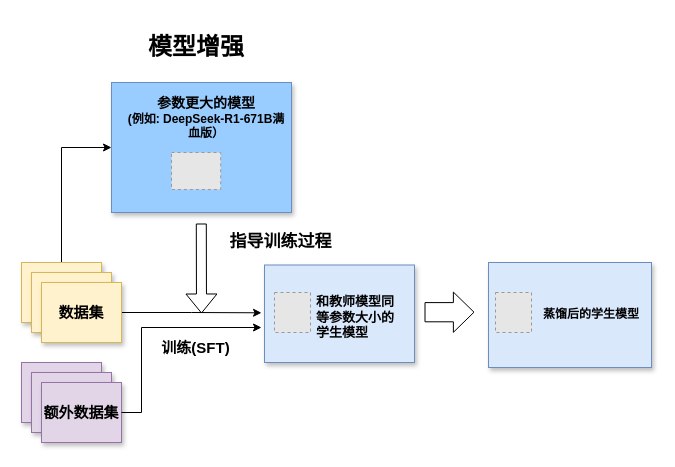
The draw.io diagram assets/模型压缩和模型增强.drawio in ShizhongP/dl-notes, before the edit. Source tidied: cells renumbered, new cells numbered last; positions are measured from the earlier drawing's top-left corner, leaving out a move shared by most shapes. Both pictures are drawn from the tidied source at 100%, with x=0, y=0 at pixel (21, 17). Pictures stored in the file or linked from it are replaced by grey dashed boxes.
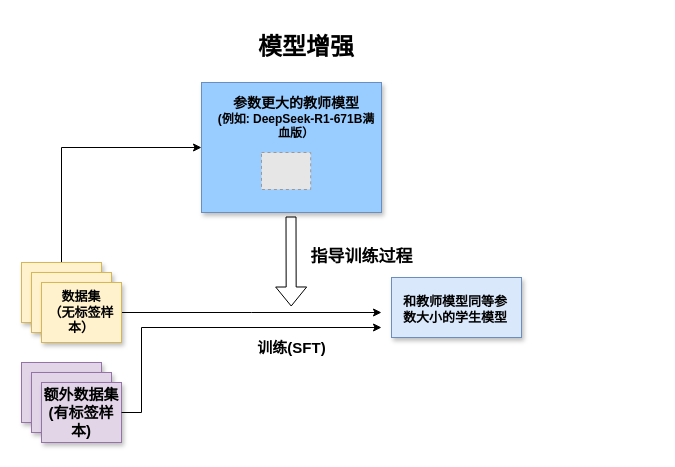
The same page after the edit.

Commit message:
更新模型压缩和模型增强.drawio

What changed in the source:
```diff
@@
-    <mxCell id="2" style="rounded=0;whiteSpace=wrap;html=1;fillColor=#99CCFF;strokeColor=#6c8ebf;shadow=1;" parent="1" vertex="1">
-      <mxGeometry x="90" y="65" width="180" height="130" as="geometry" />
-    </mxCell>
-    <mxCell id="3" value="&lt;div&gt;&lt;b&gt;&lt;span style=&quot;color: rgb(0, 0, 0);&quot;&gt;&lt;font style=&quot;font-size: 14px;&quot;&gt;参数更大的模型&lt;/font&gt;&lt;/span&gt;&lt;br&gt;&lt;/b&gt;&lt;/div&gt;&lt;div&gt;&lt;b&gt;(例如: DeepSeek-R1-671B满血版）&lt;/b&gt;&lt;/div&gt;" style="text;html=1;align=center;verticalAlign=middle;whiteSpace=wrap;rounded=0;shadow=1;" parent="1" vertex="1">
-      <mxGeometry x="105" y="80" width="160" height="40" as="geometry" />
-    </mxCell>
-    <mxCell id="4" style="fillColor=#E6E6E6;strokeColor=#999999;dashed=1;verticalLabelPosition=bottom;labelBackgroundColor=default;verticalAlign=top;" parent="1" vertex="1">
-      <mxGeometry x="150" y="135" width="49.2" height="37" as="geometry" />
-    </mxCell>
@@
     <mxCell id="8" style="edgeStyle=orthogonalEdgeStyle;rounded=0;jettySize=auto;html=1;exitX=1;exitY=0.5;exitDx=0;exitDy=0;" parent="1" edge="1" source="9">
       <mxGeometry relative="1" as="geometry">
-        <mxPoint x="240" y="295.3" as="targetPoint" />
+        <mxPoint x="360" y="295" as="targetPoint" />
       </mxGeometry>
     </mxCell>
-    <mxCell id="9" value="&lt;font style=&quot;font-size: 15px;&quot;&gt;&lt;b&gt;数据集&lt;/b&gt;&lt;/font&gt;" style="rounded=0;whiteSpace=wrap;html=1;fillColor=#fff2cc;strokeColor=#d6b656;shadow=1;" parent="1" vertex="1">
+    <mxCell id="9" value="&lt;div&gt;&lt;font style=&quot;font-size: 13px;&quot;&gt;&lt;b&gt;数据集&lt;/b&gt;&lt;/font&gt;&lt;/div&gt;&lt;div&gt;&lt;font style=&quot;font-size: 13px;&quot;&gt;&lt;b&gt;（无标签样本）&lt;/b&gt;&lt;/font&gt;&lt;/div&gt;" style="rounded=0;whiteSpace=wrap;html=1;fillColor=#fff2cc;strokeColor=#d6b656;shadow=1;" parent="1" vertex="1">
       <mxGeometry x="20" y="265" width="80" height="60" as="geometry" />
     </mxCell>
     <mxCell id="10" style="rounded=0;whiteSpace=wrap;html=1;fillColor=#dae8fc;strokeColor=#6c8ebf;shadow=1;" parent="1" vertex="1">
-      <mxGeometry x="243" y="247.5" width="150" height="97.5" as="geometry" />
+      <mxGeometry x="370" y="260" width="130" height="60" as="geometry" />
     </mxCell>
-    <mxCell id="11" style="fillColor=#E6E6E6;strokeColor=#999999;dashed=1;verticalLabelPosition=bottom;labelBackgroundColor=default;verticalAlign=top;" parent="1" vertex="1">
-      <mxGeometry x="253" y="275" width="36" height="40" as="geometry" />
-    </mxCell>
     <mxCell id="12" value="&lt;font style=&quot;font-size: 13px;&quot;&gt;&lt;b&gt;和教师模型同等参数大小的学生模型&lt;/b&gt;&lt;/font&gt;" style="text;whiteSpace=wrap;html=1;" parent="1" vertex="1">
-      <mxGeometry x="292.6" y="270" width="90.4" height="60" as="geometry" />
+      <mxGeometry x="380" y="270" width="110" height="60" as="geometry" />
     </mxCell>
     <mxCell id="13" value="&lt;font style=&quot;font-size: 24px;&quot;&gt;&lt;b&gt;模型增强&lt;/b&gt;&lt;/font&gt;" style="text;html=1;align=center;verticalAlign=middle;whiteSpace=wrap;rounded=0;" parent="1" vertex="1">
-      <mxGeometry x="69.6" width="210" height="60" as="geometry" />
+      <mxGeometry x="180" width="210" height="60" as="geometry" />
     </mxCell>
     <mxCell id="14" style="shape=flexArrow;endArrow=classic;html=1;rounded=0;" parent="1" edge="1">
       <mxGeometry relative="1" as="geometry">
-        <mxPoint x="179.8" y="206" as="sourcePoint" />
-        <mxPoint x="180" y="296" as="targetPoint" />
+        <mxPoint x="269.5" y="199" as="sourcePoint" />
+        <mxPoint x="269.7" y="289" as="targetPoint" />
       </mxGeometry>
     </mxCell>
     <mxCell id="15" value="&lt;b&gt;&lt;font style=&quot;font-size: 17px;&quot;&gt;指导训练过程&lt;/font&gt;&lt;/b&gt;" style="text;html=1;align=center;verticalAlign=middle;whiteSpace=wrap;rounded=0;" parent="1" vertex="1">
-      <mxGeometry x="199.2" y="210" width="120.8" height="30" as="geometry" />
+      <mxGeometry x="280" y="225" width="120.8" height="30" as="geometry" />
     </mxCell>
     <mxCell id="16" value="&lt;b&gt;&lt;font style=&quot;font-size: 15px;&quot;&gt;训练(SFT)&lt;/font&gt;&lt;/b&gt;" style="text;html=1;align=center;verticalAlign=middle;whiteSpace=wrap;rounded=0;" parent="1" vertex="1">
-      <mxGeometry x="127.1" y="315" width="95" height="30" as="geometry" />
+      <mxGeometry x="222.5" y="315" width="95" height="30" as="geometry" />
     </mxCell>
-    <mxCell id="17" style="rounded=0;whiteSpace=wrap;html=1;fillColor=#dae8fc;strokeColor=#6c8ebf;shadow=1;" parent="1" vertex="1">
-      <mxGeometry x="467" y="245" width="163" height="105" as="geometry" />
-    </mxCell>
-    <mxCell id="18" style="fillColor=#E6E6E6;strokeColor=#999999;dashed=1;verticalLabelPosition=bottom;labelBackgroundColor=default;verticalAlign=top;" parent="1" vertex="1">
-      <mxGeometry x="474" y="275" width="36" height="40" as="geometry" />
-    </mxCell>
-    <mxCell id="19" value="&lt;b&gt;蒸馏后的学生模型&lt;/b&gt;" style="text;whiteSpace=wrap;html=1;" parent="1" vertex="1">
-      <mxGeometry x="520" y="282.5" width="103" height="35" as="geometry" />
-    </mxCell>
-    <mxCell id="20" style="shape=flexArrow;endArrow=classic;html=1;rounded=0;width=19.2;endSize=6.536;" parent="1" edge="1">
-      <mxGeometry relative="1" as="geometry">
-        <mxPoint x="403" y="294.7" as="sourcePoint" />
-        <mxPoint x="453" y="294.7" as="targetPoint" />
-      </mxGeometry>
-    </mxCell>
@@
-    <mxCell id="23" value="&lt;font style=&quot;font-size: 15px;&quot;&gt;&lt;b&gt;额外数据集&lt;/b&gt;&lt;/font&gt;" style="rounded=0;whiteSpace=wrap;html=1;fillColor=#e1d5e7;strokeColor=#9673a6;shadow=1;" parent="1" vertex="1">
+    <mxCell id="23" value="&lt;font style=&quot;font-size: 15px;&quot;&gt;&lt;b&gt;额外数据集&lt;br&gt;(有标签样本)&lt;/b&gt;&lt;/font&gt;" style="rounded=0;whiteSpace=wrap;html=1;fillColor=#e1d5e7;strokeColor=#9673a6;shadow=1;" parent="1" vertex="1">
       <mxGeometry x="20" y="365" width="80" height="60" as="geometry" />
     </mxCell>
     <mxCell id="24" style="edgeStyle=orthogonalEdgeStyle;rounded=0;jettySize=auto;html=1;exitX=1;exitY=0.5;exitDx=0;exitDy=0;" parent="1" edge="1" source="23">
       <mxGeometry relative="1" as="geometry">
-        <mxPoint x="240" y="310" as="targetPoint" />
+        <mxPoint x="360" y="310" as="targetPoint" />
         <Array as="points">
           <mxPoint x="120" y="395" />
           <mxPoint x="120" y="310" />
         </Array>
       </mxGeometry>
     </mxCell>
+    <mxCell id="25" style="group;" parent="1" vertex="1">
+      <mxGeometry x="180" y="65" width="180" height="130" as="geometry" />
+    </mxCell>
+    <mxCell id="2" style="rounded=0;whiteSpace=wrap;html=1;fillColor=#99CCFF;strokeColor=#6c8ebf;shadow=1;" parent="25" vertex="1">
+      <mxGeometry width="180" height="130" as="geometry" />
+    </mxCell>
+    <mxCell id="3" value="&lt;div&gt;&lt;b&gt;&lt;span style=&quot;color: rgb(0, 0, 0);&quot;&gt;&lt;font style=&quot;font-size: 14px;&quot;&gt;参数更大的教师模型&lt;/font&gt;&lt;/span&gt;&lt;br&gt;&lt;/b&gt;&lt;/div&gt;&lt;div&gt;&lt;b&gt;(例如: DeepSeek-R1-671B满血版）&lt;/b&gt;&lt;/div&gt;" style="text;html=1;align=center;verticalAlign=middle;whiteSpace=wrap;rounded=0;shadow=1;" parent="25" vertex="1">
+      <mxGeometry x="15" y="15" width="160" height="40" as="geometry" />
+    </mxCell>
+    <mxCell id="4" style="fillColor=#E6E6E6;strokeColor=#999999;dashed=1;verticalLabelPosition=bottom;labelBackgroundColor=default;verticalAlign=top;" parent="25" vertex="1">
+      <mxGeometry x="60" y="70" width="49.2" height="37" as="geometry" />
+    </mxCell>
```
